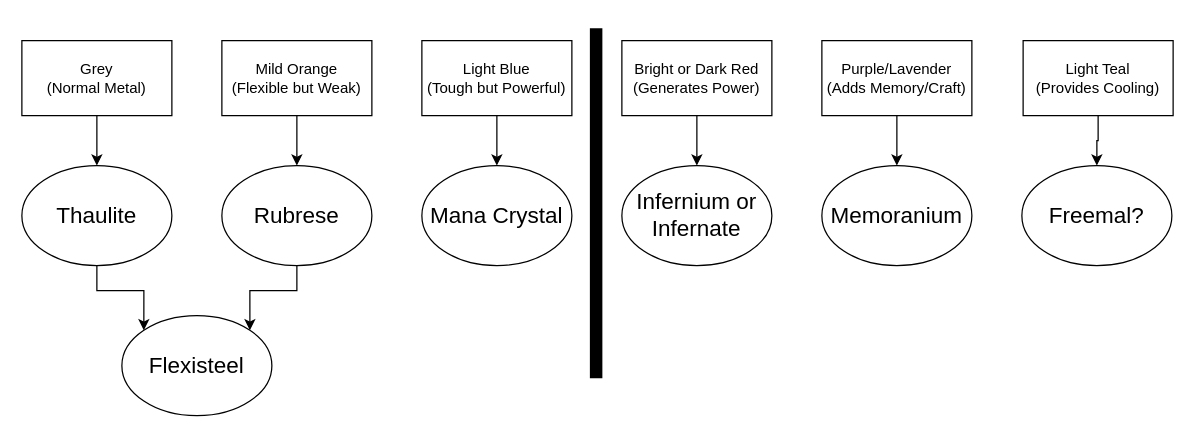
Earlier version of the draw.io diagram ResourceAndCraftingDiagram.drawio (Shain-Allen/MagicFactoryProject). Source tidied: cells renumbered, new cells numbered last; positions are measured from the earlier drawing's top-left corner, leaving out a move shared by most shapes. Both pictures are drawn from the tidied source at 125%, with x=0, y=0 at pixel (21, 28).
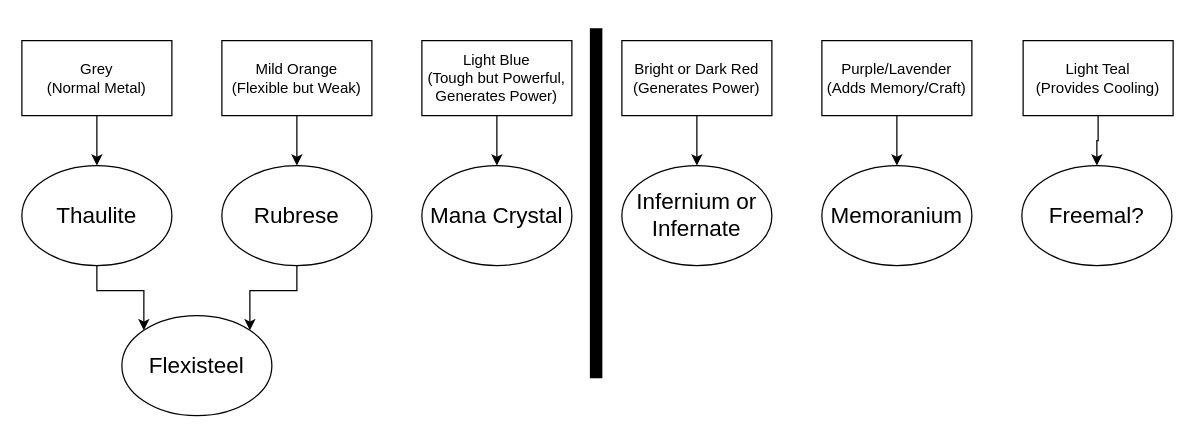
Above is the later version.

The edit, as a diff of the source:
```diff
@@
-    <mxCell id="22" value="Light Blue&lt;br&gt;(Tough but Powerful)" style="rounded=0;whiteSpace=wrap;html=1;fontFamily=Helvetica;fontSize=12;" parent="1" vertex="1">
+    <mxCell id="22" value="Light Blue&lt;br&gt;(Tough but Powerful, Generates Power)" style="rounded=0;whiteSpace=wrap;html=1;fontFamily=Helvetica;fontSize=12;" parent="1" vertex="1">
       <mxGeometry x="320" y="10" width="120" height="60" as="geometry" />
     </mxCell>
```
